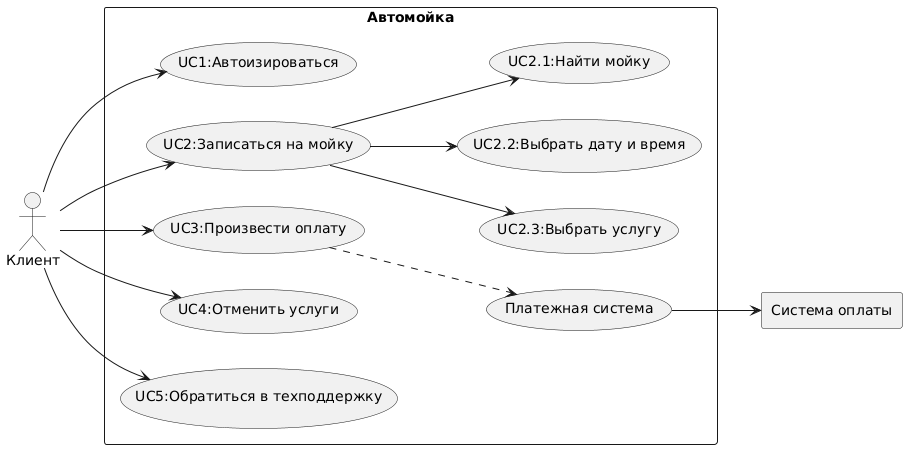
This is material/UserCases.png from MaximOdichal/IIS2, a PlantUML export, as it was before one commit.
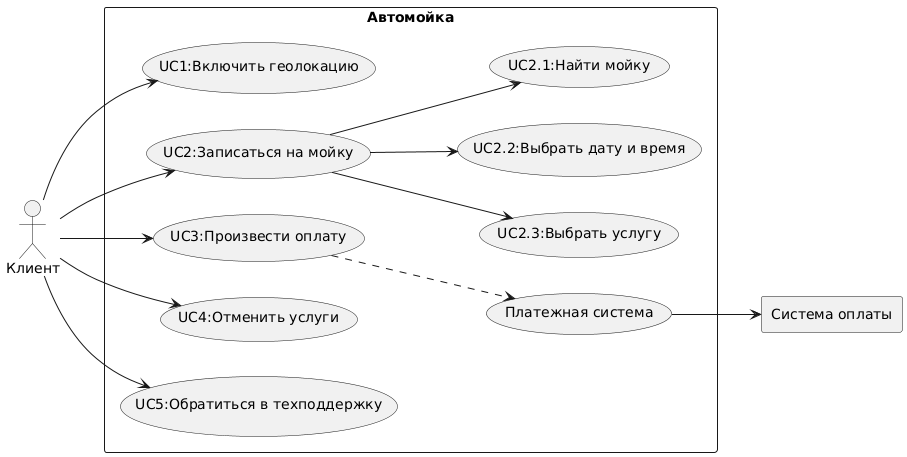
After the change.

Diff of the diagram source:
```diff
@@ -3,7 +3,7 @@
     actor "Клиент" as client
     rectangle "Система оплаты" as r1
     rectangle "Автомойка" {
-        usecase "UC1:Автоизироваться" as UC1
+        usecase "UC1:Включить геолокацию" as UC1
         usecase "UC2:Записаться на мойку" as UC2
         usecase "UC2.3:Выбрать услугу" as UC2.3
         usecase "UC2.2:Выбрать дату и время" as UC2.2
```
